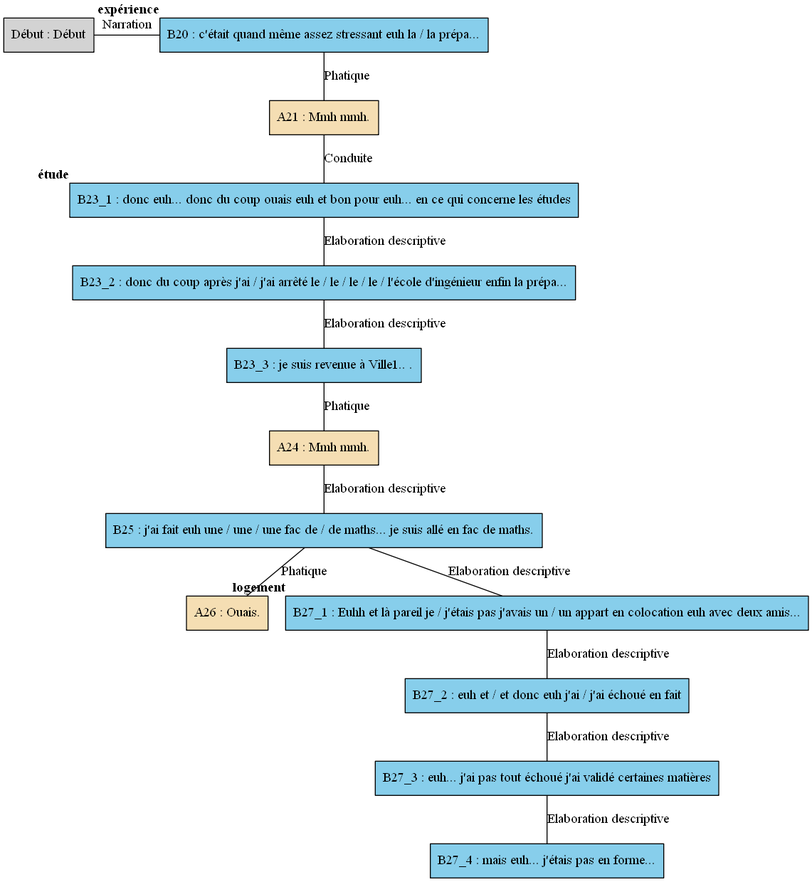
Above: arbres/Nord/Nord_-_A05.gv.png in AlaixComet/AnnotationSlamPTut (Graphviz), before the change. Its source is kept beside it as arbres/Nord/Nord_-_A05.gv.
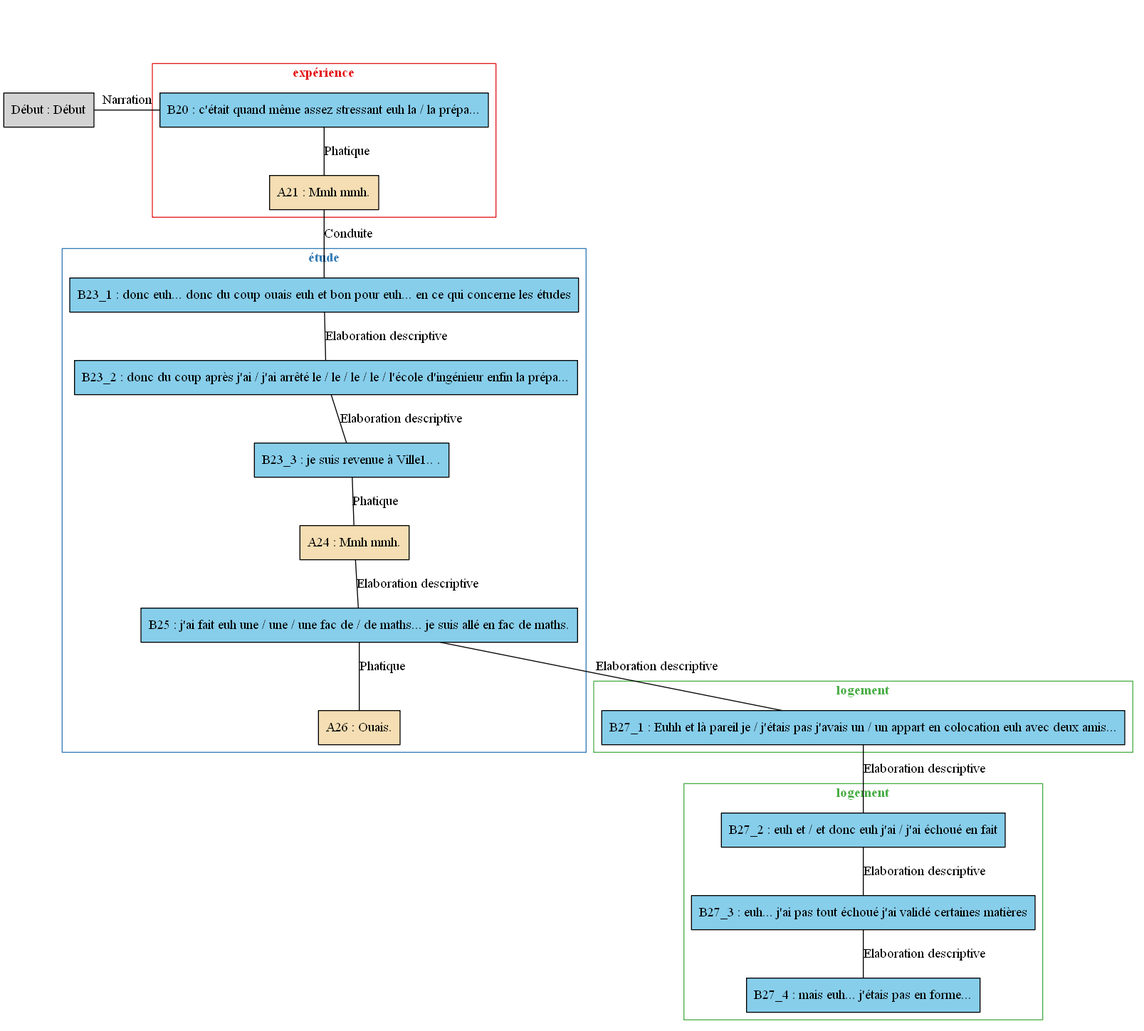
Later version of the same file.

The edit, as a diff of the source:
```diff
@@ -1,33 +1,69 @@
 digraph A05 {
 	node [shape=box style=filled]
-	"Début" [label="Début : Début" xlabel=""]
-	B20 [label="B20 : c'était quand même assez stressant euh la / la prépa..." fillcolor=skyblue xlabel=<<B>expérience</B>>]
-	A21 [label="A21 : Mmh mmh." fillcolor=wheat xlabel=""]
-	B23_1 [label="B23_1 : donc euh... donc du coup ouais euh et bon pour euh... en ce qui concerne les études" fillcolor=skyblue xlabel=<<B>étude</B>>]
-	B23_2 [label="B23_2 : donc du coup après j'ai / j'ai arrêté le / le / le / le / l'école d'ingénieur enfin la prépa..." fillcolor=skyblue xlabel=""]
-	B23_3 [label="B23_3 : je suis revenue à Ville1.. ." fillcolor=skyblue xlabel=""]
-	A24 [label="A24 : Mmh mmh." fillcolor=wheat xlabel=""]
-	B25 [label="B25 : j'ai fait euh une / une / une fac de / de maths... je suis allé en fac de maths." fillcolor=skyblue xlabel=""]
-	A26 [label="A26 : Ouais." fillcolor=wheat xlabel=""]
-	B27_1 [label="B27_1 : Euhh et là pareil je / j'étais pas j'avais un / un appart en colocation euh avec deux amis..." fillcolor=skyblue xlabel=<<B>logement</B>>]
-	B27_2 [label="B27_2 : euh et / et donc euh j'ai / j'ai échoué en fait" fillcolor=skyblue xlabel=""]
-	B27_3 [label="B27_3 : euh... j'ai pas tout échoué j'ai validé certaines matières" fillcolor=skyblue xlabel=""]
-	B27_4 [label="B27_4 : mais euh... j'étais pas en forme..." fillcolor=skyblue xlabel=""]
-	{
-		rank=same
-		"Début"
+	newrank=true
+	zero [style=invis]
+	"Début" [label="Début : Début"]
+	B20 [label="B20 : c'était quand même assez stressant euh la / la prépa..." fillcolor=skyblue]
+	A21 [label="A21 : Mmh mmh." fillcolor=wheat]
+	B23_1 [label="B23_1 : donc euh... donc du coup ouais euh et bon pour euh... en ce qui concerne les études" fillcolor=skyblue]
+	B23_2 [label="B23_2 : donc du coup après j'ai / j'ai arrêté le / le / le / le / l'école d'ingénieur enfin la prépa..." fillcolor=skyblue]
+	B23_3 [label="B23_3 : je suis revenue à Ville1.. ." fillcolor=skyblue]
+	A24 [label="A24 : Mmh mmh." fillcolor=wheat]
+	B25 [label="B25 : j'ai fait euh une / une / une fac de / de maths... je suis allé en fac de maths." fillcolor=skyblue]
+	A26 [label="A26 : Ouais." fillcolor=wheat]
+	B27_1 [label="B27_1 : Euhh et là pareil je / j'étais pas j'avais un / un appart en colocation euh avec deux amis..." fillcolor=skyblue]
+	B27_2 [label="B27_2 : euh et / et donc euh j'ai / j'ai échoué en fait" fillcolor=skyblue]
+	B27_3 [label="B27_3 : euh... j'ai pas tout échoué j'ai validé certaines matières" fillcolor=skyblue]
+	B27_4 [label="B27_4 : mais euh... j'étais pas en forme..." fillcolor=skyblue]
+	zero -> "Début" [label="" style=invis]
+	zero -> B20 [style=invis weight=1]
+	"Début" -> B20 [label=Narration constraint=false dir=none]
+	B20 -> A21 [label=Phatique dir=none weight=2]
+	A21 -> B23_1 [label=Conduite dir=none weight=2]
+	B23_1 -> B23_2 [label="Elaboration descriptive" dir=none weight=2]
+	B23_2 -> B23_3 [label="Elaboration descriptive" dir=none weight=2]
+	B23_3 -> A24 [label=Phatique dir=none weight=2]
+	A24 -> B25 [label="Elaboration descriptive" dir=none weight=2]
+	B25 -> A26 [label=Phatique dir=none weight=2]
+	B27_3 -> B27_4 [label="Elaboration descriptive" dir=none weight=2]
+	B27_2 -> B27_3 [label="Elaboration descriptive" dir=none weight=2]
+	B27_1 -> B27_2 [label="Elaboration descriptive" dir=none weight=2]
+	B25 -> B27_1 [label="Elaboration descriptive" dir=none weight=2]
+	subgraph cluster_1 {
+		label=<<B>expérience</B>>
+		colorscheme=set19
+		color=1
+		fontcolor=1
 		B20
-		"Début" -> B20 [label=Narration dir=none]
+		A21
 	}
-	B20 -> A21 [label=Phatique dir=none]
-	A21 -> B23_1 [label=Conduite dir=none]
-	B23_1 -> B23_2 [label="Elaboration descriptive" dir=none]
-	B23_2 -> B23_3 [label="Elaboration descriptive" dir=none]
-	B23_3 -> A24 [label=Phatique dir=none]
-	A24 -> B25 [label="Elaboration descriptive" dir=none]
-	B25 -> A26 [label=Phatique dir=none]
-	B27_3 -> B27_4 [label="Elaboration descriptive" dir=none]
-	B27_2 -> B27_3 [label="Elaboration descriptive" dir=none]
-	B27_1 -> B27_2 [label="Elaboration descriptive" dir=none]
-	B25 -> B27_1 [label="Elaboration descriptive" dir=none]
+	subgraph cluster_2 {
+		label=<<B>étude</B>>
+		colorscheme=set19
+		color=2
+		fontcolor=2
+		B23_1
+		B23_2
+		B23_3
+		A24
+		B25
+		A26
+	}
+	subgraph cluster_3 {
+		label=<<B>logement</B>>
+		colorscheme=set19
+		color=3
+		fontcolor=3
+		B27_1
+		B27_2
+		B27_3
+		B27_4
+	}
+	subgraph cluster_4 {
+		label=<<B>logement</B>>
+		colorscheme=set19
+		color=3
+		fontcolor=3
+		B27_1
+	}
 }
```
